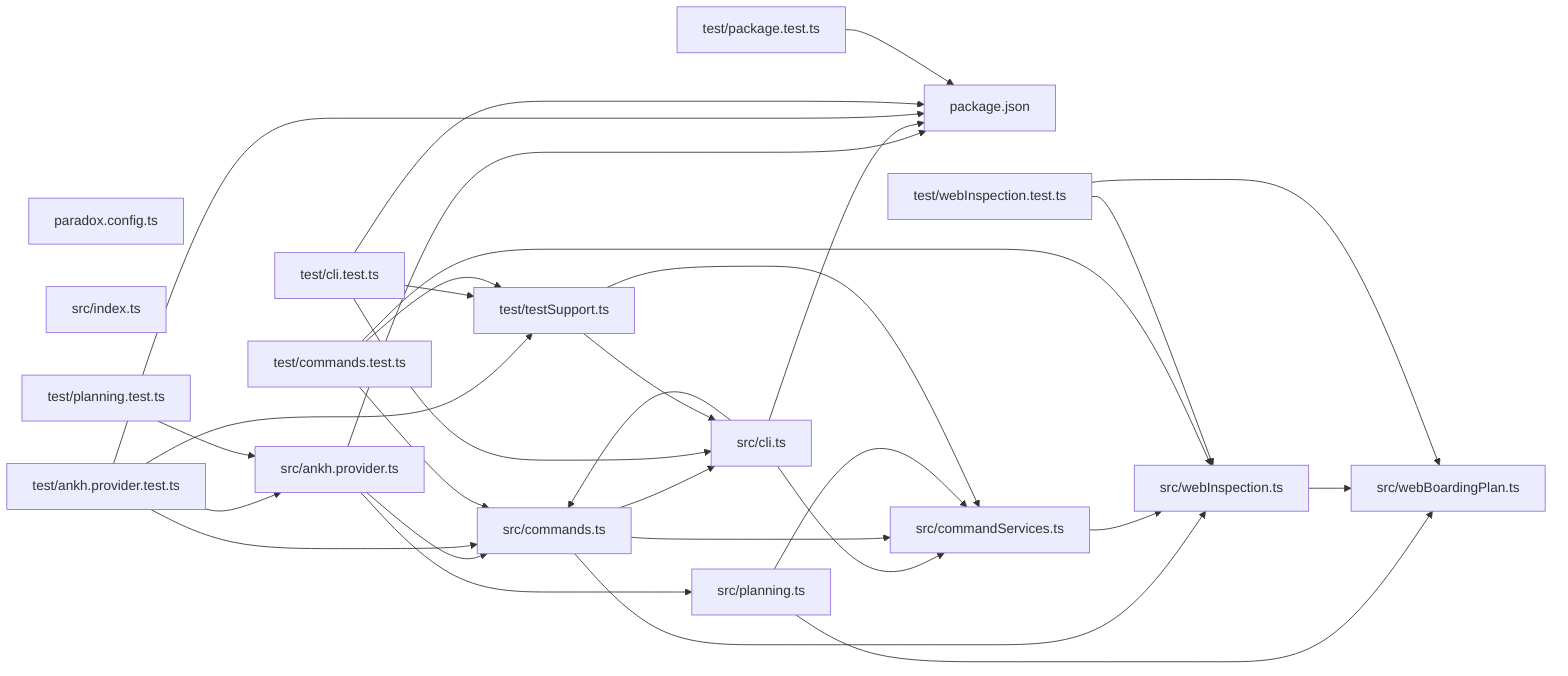
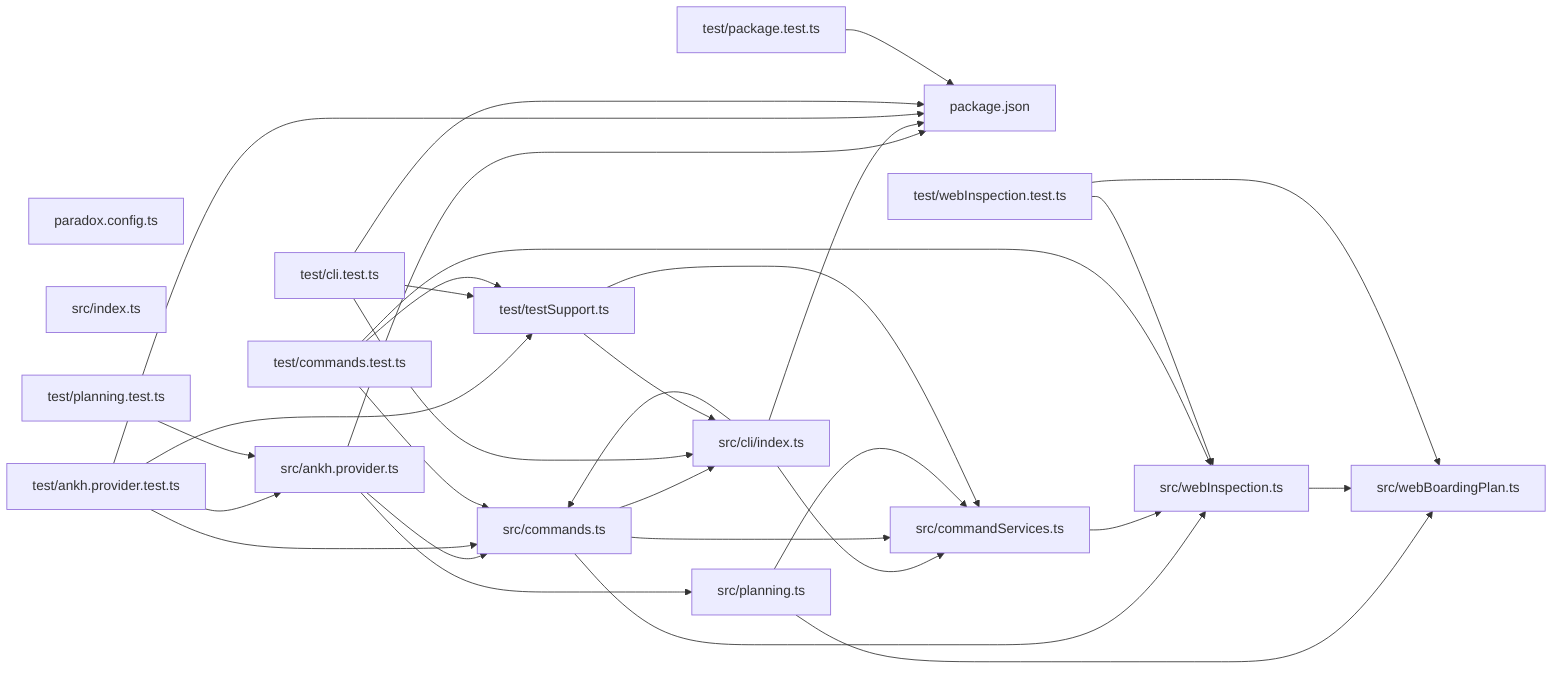
graph LR
  module_package_json["package.json"]
  module_paradox_config_ts["paradox.config.ts"]
  module_src_ankh_provider_ts["src/ankh.provider.ts"]
-   module_src_cli_ts["src/cli.ts"]
+   module_src_cli_index_ts["src/cli/index.ts"]
  module_src_commands_ts["src/commands.ts"]
  module_src_commandServices_ts["src/commandServices.ts"]
  module_src_index_ts["src/index.ts"]
  module_src_planning_ts["src/planning.ts"]
  module_src_webBoardingPlan_ts["src/webBoardingPlan.ts"]
  module_src_webInspection_ts["src/webInspection.ts"]
  module_test_ankh_provider_test_ts["test/ankh.provider.test.ts"]
  module_test_cli_test_ts["test/cli.test.ts"]
  module_test_commands_test_ts["test/commands.test.ts"]
  module_test_package_test_ts["test/package.test.ts"]
  module_test_planning_test_ts["test/planning.test.ts"]
  module_test_testSupport_ts["test/testSupport.ts"]
  module_test_webInspection_test_ts["test/webInspection.test.ts"]
  module_src_ankh_provider_ts --> module_package_json
  module_src_ankh_provider_ts --> module_src_commands_ts
  module_src_ankh_provider_ts --> module_src_planning_ts
-   module_src_cli_ts --> module_package_json
-   module_src_cli_ts --> module_src_commands_ts
-   module_src_cli_ts --> module_src_commandServices_ts
-   module_src_commands_ts --> module_src_cli_ts
+   module_src_cli_index_ts --> module_package_json
+   module_src_cli_index_ts --> module_src_commands_ts
+   module_src_cli_index_ts --> module_src_commandServices_ts
+   module_src_commands_ts --> module_src_cli_index_ts
  module_src_commands_ts --> module_src_commandServices_ts
  module_src_commands_ts --> module_src_webInspection_ts
  module_src_commandServices_ts --> module_src_webInspection_ts
  module_src_planning_ts --> module_src_commandServices_ts
  module_src_planning_ts --> module_src_webBoardingPlan_ts
  module_src_webInspection_ts --> module_src_webBoardingPlan_ts
  module_test_ankh_provider_test_ts --> module_package_json
  module_test_ankh_provider_test_ts --> module_src_ankh_provider_ts
  module_test_ankh_provider_test_ts --> module_src_commands_ts
  module_test_ankh_provider_test_ts --> module_test_testSupport_ts
  module_test_cli_test_ts --> module_package_json
-   module_test_cli_test_ts --> module_src_cli_ts
+   module_test_cli_test_ts --> module_src_cli_index_ts
  module_test_cli_test_ts --> module_test_testSupport_ts
  module_test_commands_test_ts --> module_src_commands_ts
  module_test_commands_test_ts --> module_src_webInspection_ts
  module_test_commands_test_ts --> module_test_testSupport_ts
  module_test_package_test_ts --> module_package_json
  module_test_planning_test_ts --> module_src_ankh_provider_ts
-   module_test_testSupport_ts --> module_src_cli_ts
+   module_test_testSupport_ts --> module_src_cli_index_ts
  module_test_testSupport_ts --> module_src_commandServices_ts
  module_test_webInspection_test_ts --> module_src_webBoardingPlan_ts
  module_test_webInspection_test_ts --> module_src_webInspection_ts
